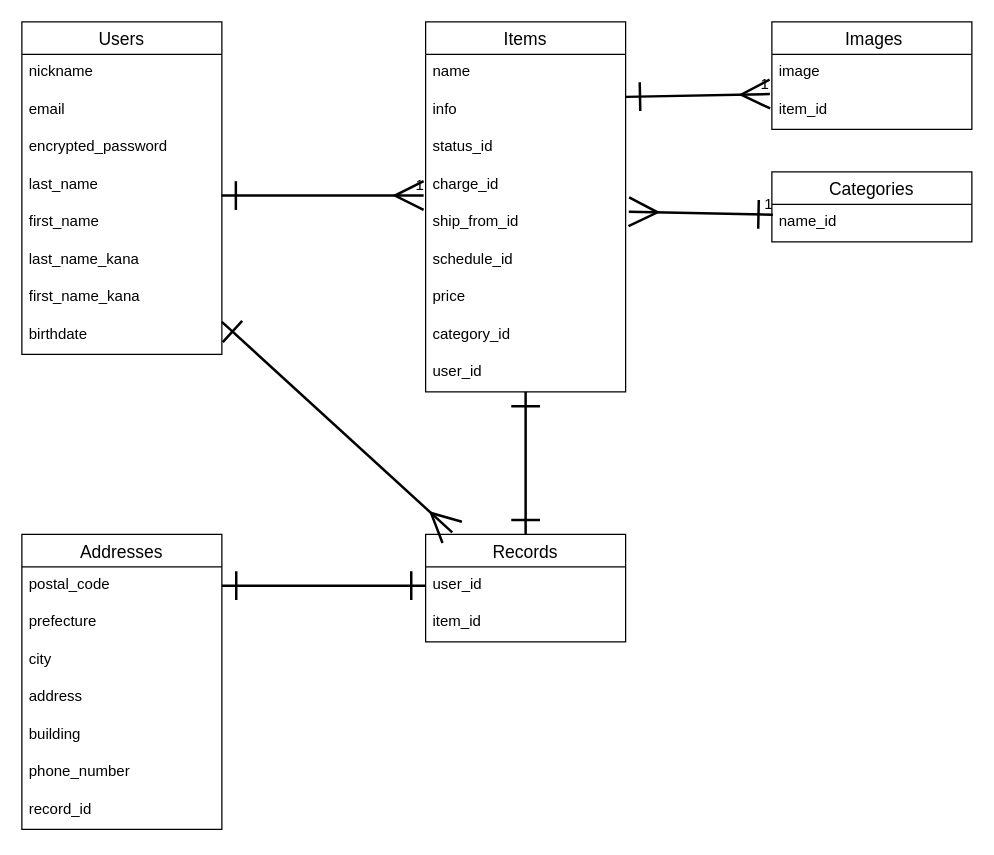
Above: ER.dio in ko-dai0102/furima-39821 (draw.io), before the change. Source tidied: cells renumbered, new cells numbered last; positions are measured from the earlier drawing's top-left corner, leaving out a move shared by most shapes. Both pictures are drawn from the tidied source at 125%, with x=0, y=0 at pixel (21, 21).
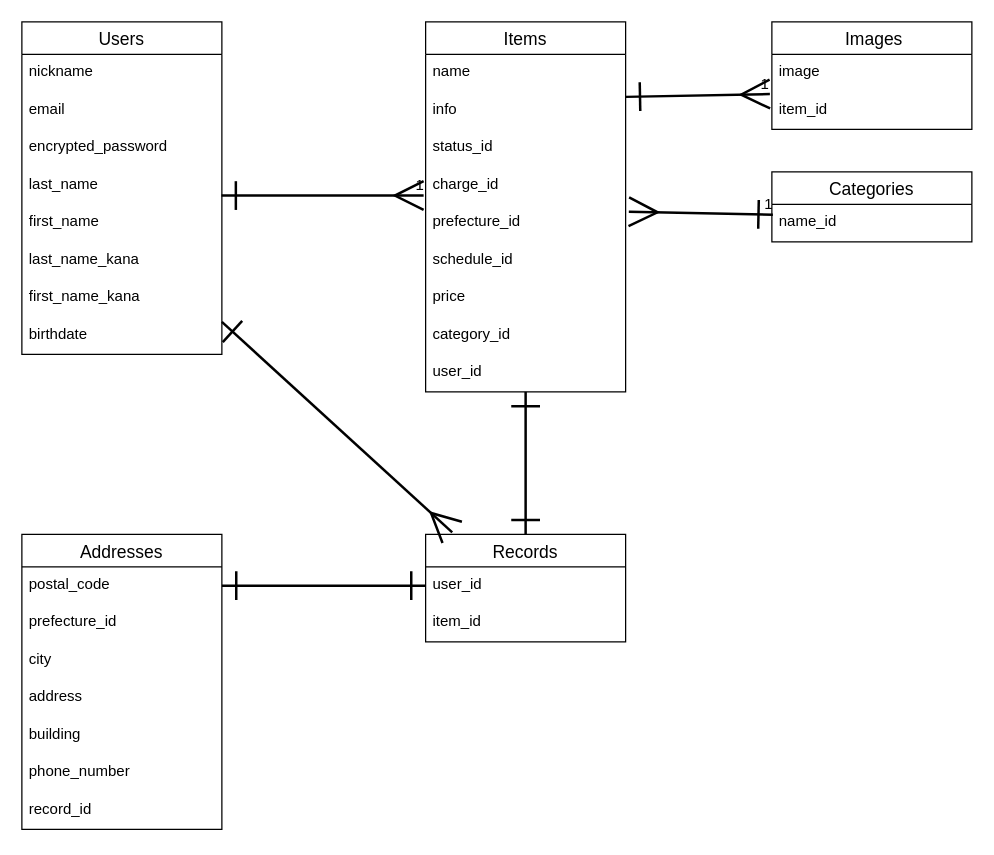
After the change.

Commit message (it also covers changes not shown here):
データベース設計の修正２

Unchanged cells that the change refers to:
```xml
<mxCell id="14" value="Items" style="swimlane;fontStyle=0;horizontal=1;startSize=26;align=center;fontSize=14;" parent="1" vertex="1">
  <mxGeometry x="323" width="160" height="296" as="geometry" />
</mxCell>
<mxCell id="24" value="Addresses" style="swimlane;fontStyle=0;horizontal=1;startSize=26;align=center;fontSize=14;" parent="1" vertex="1">
  <mxGeometry y="410" width="160" height="236" as="geometry" />
</mxCell>
```

The edit, as a diff of the source:
```diff
@@
-    <mxCell id="19" value="ship_from_id" style="text;strokeColor=none;fillColor=none;spacingLeft=4;spacingRight=4;overflow=hidden;points=[[0,0.5],[1,0.5]];portConstraint=eastwest;fontSize=12;" parent="14" vertex="1">
+    <mxCell id="19" value="prefecture_id" style="text;strokeColor=none;fillColor=none;spacingLeft=4;spacingRight=4;overflow=hidden;points=[[0,0.5],[1,0.5]];portConstraint=eastwest;fontSize=12;" parent="14" vertex="1">
       <mxGeometry y="146" width="160" height="30" as="geometry" />
     </mxCell>
@@
-    <mxCell id="26" value="prefecture" style="text;strokeColor=none;fillColor=none;spacingLeft=4;spacingRight=4;overflow=hidden;fontSize=12;" parent="24" vertex="1">
+    <mxCell id="26" value="prefecture_id" style="text;strokeColor=none;fillColor=none;spacingLeft=4;spacingRight=4;overflow=hidden;fontSize=12;" parent="24" vertex="1">
       <mxGeometry y="56" width="160" height="30" as="geometry" />
     </mxCell>
```
